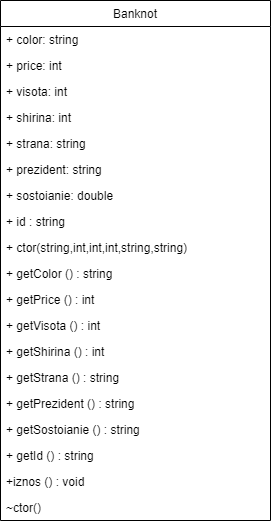
This is Untitled Diagram.drawio.png from Bel1for/banknot, a draw.io export, as it was before one commit. Source tidied: cells renumbered, new cells last; positions are measured from the earlier drawing's top-left corner, leaving out a move shared by most shapes.
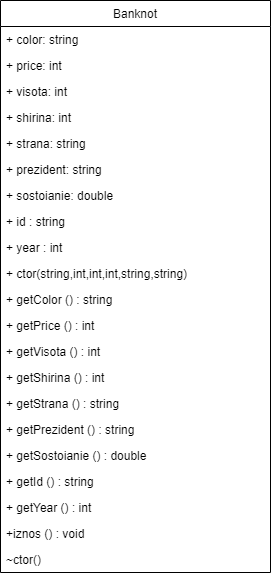
The same diagram one commit later.

What changed in the source:
```diff
@@ -3,7 +3,7 @@
     <mxCell id="0" />
     <mxCell id="1" parent="0" />
     <mxCell id="2" value="Banknot" style="swimlane;fontStyle=0;horizontal=1;startSize=26;fillColor=none;" parent="1" vertex="1">
-      <mxGeometry width="270" height="520" as="geometry" />
+      <mxGeometry width="270" height="572" as="geometry" />
     </mxCell>
     <mxCell id="3" value="+ color: string" style="text;strokeColor=none;fillColor=none;align=left;verticalAlign=top;spacingLeft=4;spacingRight=4;overflow=hidden;" parent="2" vertex="1">
       <mxGeometry y="26" width="270" height="26" as="geometry" />
@@ -29,38 +29,44 @@
     <mxCell id="10" value="+ id : string &#10;" style="text;strokeColor=none;fillColor=none;align=left;verticalAlign=top;spacingLeft=4;spacingRight=4;overflow=hidden;" parent="2" vertex="1">
       <mxGeometry y="208" width="270" height="26" as="geometry" />
     </mxCell>
+    <mxCell id="22" value="+ year : int" style="text;strokeColor=none;fillColor=none;align=left;verticalAlign=top;spacingLeft=4;spacingRight=4;overflow=hidden;" parent="2" vertex="1">
+      <mxGeometry y="234" width="270" height="26" as="geometry" />
+    </mxCell>
     <mxCell id="11" value="+ ctor(string,int,int,int,string,string)&#10;" style="text;strokeColor=none;fillColor=none;align=left;verticalAlign=top;spacingLeft=4;spacingRight=4;overflow=hidden;" parent="2" vertex="1">
-      <mxGeometry y="234" width="270" height="26" as="geometry" />
+      <mxGeometry y="260" width="270" height="26" as="geometry" />
     </mxCell>
     <mxCell id="12" value="+ getColor () : string" style="text;strokeColor=none;fillColor=none;align=left;verticalAlign=top;spacingLeft=4;spacingRight=4;overflow=hidden;" parent="2" vertex="1">
-      <mxGeometry y="260" width="270" height="26" as="geometry" />
+      <mxGeometry y="286" width="270" height="26" as="geometry" />
     </mxCell>
     <mxCell id="13" value="+ getPrice () : int&#10;" style="text;strokeColor=none;fillColor=none;align=left;verticalAlign=top;spacingLeft=4;spacingRight=4;overflow=hidden;" parent="2" vertex="1">
-      <mxGeometry y="286" width="270" height="26" as="geometry" />
+      <mxGeometry y="312" width="270" height="26" as="geometry" />
     </mxCell>
     <mxCell id="14" value="+ getVisota () : int&#10;" style="text;strokeColor=none;fillColor=none;align=left;verticalAlign=top;spacingLeft=4;spacingRight=4;overflow=hidden;" parent="2" vertex="1">
-      <mxGeometry y="312" width="270" height="26" as="geometry" />
+      <mxGeometry y="338" width="270" height="26" as="geometry" />
     </mxCell>
     <mxCell id="15" value="+ getShirina () : int&#10;" style="text;strokeColor=none;fillColor=none;align=left;verticalAlign=top;spacingLeft=4;spacingRight=4;overflow=hidden;" parent="2" vertex="1">
-      <mxGeometry y="338" width="270" height="26" as="geometry" />
+      <mxGeometry y="364" width="270" height="26" as="geometry" />
     </mxCell>
     <mxCell id="16" value="+ getStrana () : string&#10;" style="text;strokeColor=none;fillColor=none;align=left;verticalAlign=top;spacingLeft=4;spacingRight=4;overflow=hidden;" parent="2" vertex="1">
-      <mxGeometry y="364" width="270" height="26" as="geometry" />
+      <mxGeometry y="390" width="270" height="26" as="geometry" />
     </mxCell>
     <mxCell id="17" value="+ getPrezident () : string&#10;" style="text;strokeColor=none;fillColor=none;align=left;verticalAlign=top;spacingLeft=4;spacingRight=4;overflow=hidden;" parent="2" vertex="1">
-      <mxGeometry y="390" width="270" height="26" as="geometry" />
+      <mxGeometry y="416" width="270" height="26" as="geometry" />
     </mxCell>
-    <mxCell id="18" value="+ getSostoianie () : string&#10;" style="text;strokeColor=none;fillColor=none;align=left;verticalAlign=top;spacingLeft=4;spacingRight=4;overflow=hidden;" parent="2" vertex="1">
-      <mxGeometry y="416" width="270" height="26" as="geometry" />
+    <mxCell id="18" value="+ getSostoianie () : double&#10;" style="text;strokeColor=none;fillColor=none;align=left;verticalAlign=top;spacingLeft=4;spacingRight=4;overflow=hidden;" parent="2" vertex="1">
+      <mxGeometry y="442" width="270" height="26" as="geometry" />
     </mxCell>
     <mxCell id="19" value="+ getId () : string" style="text;strokeColor=none;fillColor=none;align=left;verticalAlign=top;spacingLeft=4;spacingRight=4;overflow=hidden;" parent="2" vertex="1">
-      <mxGeometry y="442" width="270" height="26" as="geometry" />
+      <mxGeometry y="468" width="270" height="26" as="geometry" />
     </mxCell>
+    <mxCell id="23" value="+ getYear () : int" style="text;strokeColor=none;fillColor=none;align=left;verticalAlign=top;spacingLeft=4;spacingRight=4;overflow=hidden;" parent="2" vertex="1">
+      <mxGeometry y="494" width="270" height="26" as="geometry" />
+    </mxCell>
     <mxCell id="20" value="+iznos () : void" style="text;strokeColor=none;fillColor=none;align=left;verticalAlign=top;spacingLeft=4;spacingRight=4;overflow=hidden;" parent="2" vertex="1">
-      <mxGeometry y="468" width="270" height="26" as="geometry" />
+      <mxGeometry y="520" width="270" height="26" as="geometry" />
     </mxCell>
     <mxCell id="21" value="~ctor() " style="text;strokeColor=none;fillColor=none;align=left;verticalAlign=top;spacingLeft=4;spacingRight=4;overflow=hidden;" parent="2" vertex="1">
-      <mxGeometry y="494" width="270" height="26" as="geometry" />
+      <mxGeometry y="546" width="270" height="26" as="geometry" />
     </mxCell>
   </root>
 </mxGraphModel>
```
